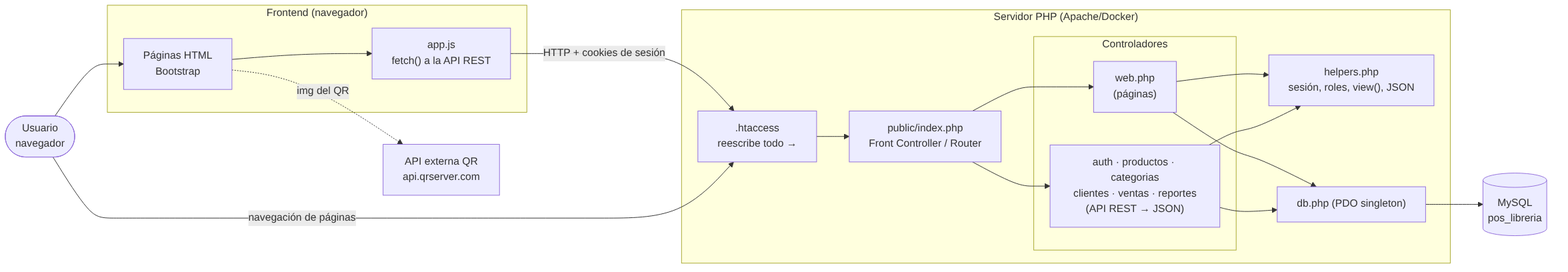
Above: docs/diagramas/1-arquitectura.png in david69-js/tarea-seguridad-auditoria (Mermaid), before the change. Its source is kept beside it as docs/diagramas/1-arquitectura.mmd. Source of this version:
```mermaid
flowchart LR
    Usuario([Usuario<br/>navegador])

    subgraph Cliente["Frontend (navegador)"]
        HTML[Páginas HTML<br/>Bootstrap]
        JS["app.js<br/>fetch() a la API REST"]
    end

    subgraph Servidor["Servidor PHP (Apache/Docker)"]
        HT[".htaccess<br/>reescribe todo →"]
        FC["public/index.php<br/>Front Controller / Router"]

        subgraph Ctrls["Controladores"]
            WEB["web.php<br/>(páginas)"]
            API["auth · productos · categorias<br/>clientes · ventas · reportes<br/>(API REST → JSON)"]
        end

        HELP["helpers.php<br/>sesión, roles, view(), JSON"]
        DBP["db.php (PDO singleton)"]
    end

    DB[("MySQL<br/>pos_tienda")]
    QR["API externa QR<br/>api.qrserver.com"]

    Usuario --> HTML
    HTML --> JS
    JS -->|"HTTP + cookies de sesión"| HT
    Usuario -->|"navegación de páginas"| HT
    HT --> FC
    FC --> WEB
    FC --> API
    WEB --> HELP
    API --> HELP
    WEB --> DBP
    API --> DBP
    DBP --> DB
    HTML -.->|"img del QR"| QR
```
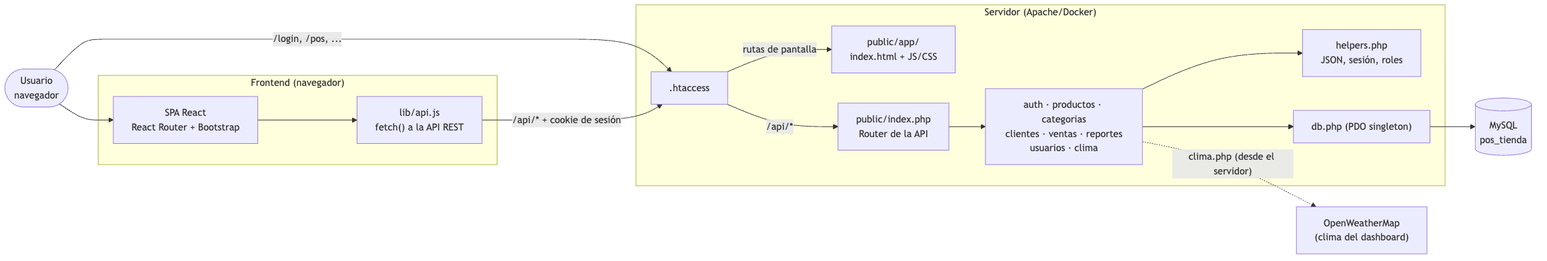
Later version of the same file.

Change to the diagram source:
```diff
@@ -2,36 +2,30 @@
     Usuario([Usuario<br/>navegador])
 
     subgraph Cliente["Frontend (navegador)"]
-        HTML[Páginas HTML<br/>Bootstrap]
-        JS["app.js<br/>fetch() a la API REST"]
+        SPA["SPA React<br/>React Router + Bootstrap"]
+        JS["lib/api.js<br/>fetch() a la API REST"]
     end
 
-    subgraph Servidor["Servidor PHP (Apache/Docker)"]
-        HT[".htaccess<br/>reescribe todo →"]
-        FC["public/index.php<br/>Front Controller / Router"]
-
-        subgraph Ctrls["Controladores"]
-            WEB["web.php<br/>(páginas)"]
-            API["auth · productos · categorias<br/>clientes · ventas · reportes<br/>(API REST → JSON)"]
-        end
-
-        HELP["helpers.php<br/>sesión, roles, view(), JSON"]
+    subgraph Servidor["Servidor (Apache/Docker)"]
+        HT[".htaccess"]
+        EST["public/app/<br/>index.html + JS/CSS"]
+        FC["public/index.php<br/>Router de la API"]
+        API["auth · productos · categorias<br/>clientes · ventas · reportes<br/>usuarios · clima"]
+        HELP["helpers.php<br/>JSON, sesión, roles"]
         DBP["db.php (PDO singleton)"]
     end
 
     DB[("MySQL<br/>pos_tienda")]
-    QR["API externa QR<br/>api.qrserver.com"]
+    OWM["OpenWeatherMap<br/>(clima del dashboard)"]
 
-    Usuario --> HTML
-    HTML --> JS
-    JS -->|"HTTP + cookies de sesión"| HT
-    Usuario -->|"navegación de páginas"| HT
-    HT --> FC
-    FC --> WEB
+    Usuario --> SPA
+    SPA --> JS
+    Usuario -->|"/login, /pos, ..."| HT
+    HT -->|"rutas de pantalla"| EST
+    JS -->|"/api/* + cookie de sesión"| HT
+    HT -->|"/api/*"| FC
     FC --> API
-    WEB --> HELP
     API --> HELP
-    WEB --> DBP
     API --> DBP
     DBP --> DB
-    HTML -.->|"img del QR"| QR
+    API -.->|"clima.php (desde el servidor)"| OWM
```
